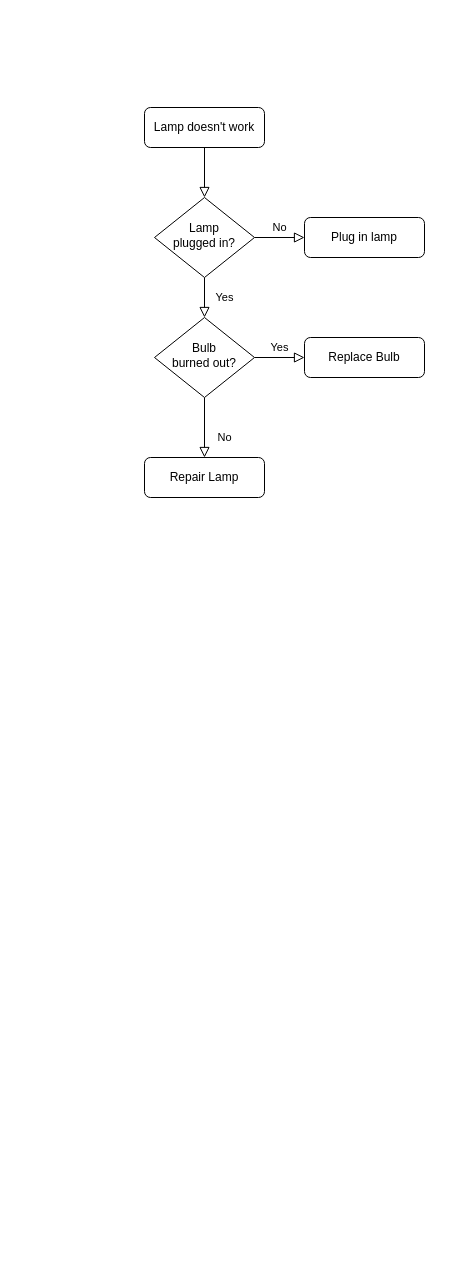
The draw.io diagram Untitled Diagram.drawio in andresdiaz10/simple_shell, before the edit. Source tidied: cells renumbered, new cells numbered last; positions are measured from the earlier drawing's top-left corner, leaving out a move shared by most shapes. Both pictures are drawn from the tidied source at 100%, with x=0, y=0 at pixel (144, 107).
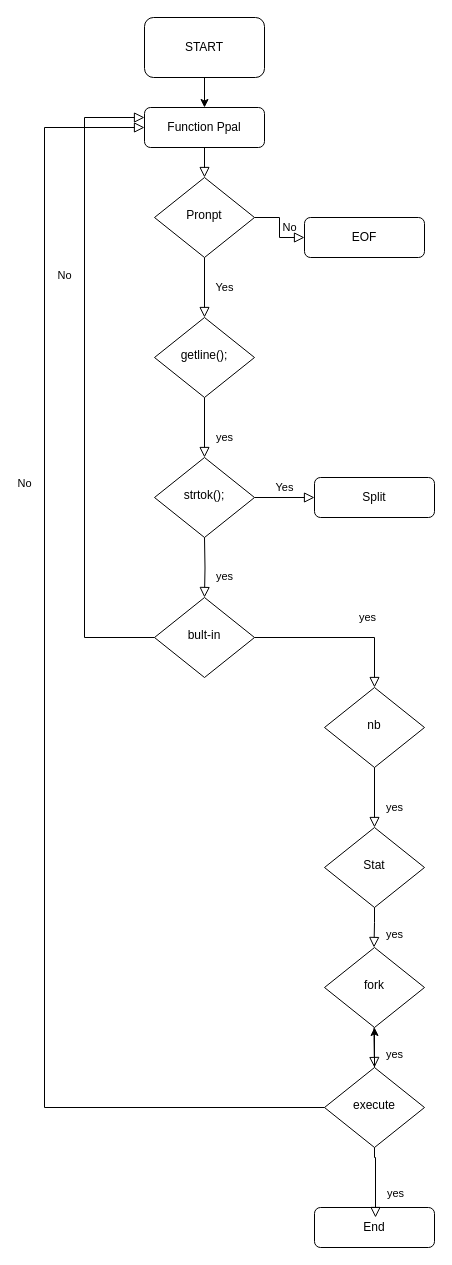
Above is the later version.

The edit, as a diff of the source:
```diff
@@
-    <mxCell id="3" value="Lamp doesn't work" style="rounded=1;whiteSpace=wrap;html=1;fontSize=12;glass=0;strokeWidth=1;shadow=0;" parent="1" vertex="1">
+    <mxCell id="3" value="Function Ppal" style="rounded=1;whiteSpace=wrap;html=1;fontSize=12;glass=0;strokeWidth=1;shadow=0;" parent="1" vertex="1">
       <mxGeometry width="120" height="40" as="geometry" />
     </mxCell>
@@
-    <mxCell id="6" value="Lamp&lt;br&gt;plugged in?" style="rhombus;whiteSpace=wrap;html=1;shadow=0;fontFamily=Helvetica;fontSize=12;align=center;strokeWidth=1;spacing=6;spacingTop=-4;" parent="1" vertex="1">
-      <mxGeometry x="10" y="90" width="100" height="80" as="geometry" />
+    <mxCell id="6" value="Pronpt" style="rhombus;whiteSpace=wrap;html=1;shadow=0;fontFamily=Helvetica;fontSize=12;align=center;strokeWidth=1;spacing=6;spacingTop=-4;" parent="1" vertex="1">
+      <mxGeometry x="10" y="70" width="100" height="80" as="geometry" />
     </mxCell>
-    <mxCell id="7" value="Plug in lamp" style="rounded=1;whiteSpace=wrap;html=1;fontSize=12;glass=0;strokeWidth=1;shadow=0;" parent="1" vertex="1">
+    <mxCell id="7" value="EOF" style="rounded=1;whiteSpace=wrap;html=1;fontSize=12;glass=0;strokeWidth=1;shadow=0;" parent="1" vertex="1">
       <mxGeometry x="160" y="110" width="120" height="40" as="geometry" />
     </mxCell>
-    <mxCell id="8" value="No" style="rounded=0;html=1;jettySize=auto;fontSize=11;endArrow=block;endFill=0;endSize=8;strokeWidth=1;shadow=0;labelBackgroundColor=none;edgeStyle=orthogonalEdgeStyle;" parent="1" edge="1" source="10" target="11">
+    <mxCell id="8" value="yes" style="rounded=0;html=1;jettySize=auto;fontSize=11;endArrow=block;endFill=0;endSize=8;strokeWidth=1;shadow=0;labelBackgroundColor=none;edgeStyle=orthogonalEdgeStyle;" parent="1" edge="1" source="10" target="15">
       <mxGeometry x="0.33" y="20" relative="1" as="geometry" />
     </mxCell>
-    <mxCell id="9" value="Yes" style="edgeStyle=orthogonalEdgeStyle;rounded=0;html=1;jettySize=auto;fontSize=11;endArrow=block;endFill=0;endSize=8;strokeWidth=1;shadow=0;labelBackgroundColor=none;" parent="1" edge="1" source="10" target="12">
+    <mxCell id="9" value="Yes" style="edgeStyle=orthogonalEdgeStyle;rounded=0;html=1;jettySize=auto;fontSize=11;endArrow=block;endFill=0;endSize=8;strokeWidth=1;shadow=0;labelBackgroundColor=none;exitX=1;exitY=0.5;exitDx=0;exitDy=0;" parent="1" edge="1" source="15" target="12">
       <mxGeometry y="10" relative="1" as="geometry" />
     </mxCell>
-    <mxCell id="10" value="Bulb&lt;br&gt;burned out?" style="rhombus;whiteSpace=wrap;html=1;shadow=0;fontFamily=Helvetica;fontSize=12;align=center;strokeWidth=1;spacing=6;spacingTop=-4;" parent="1" vertex="1">
+    <mxCell id="10" value="getline();" style="rhombus;whiteSpace=wrap;html=1;shadow=0;fontFamily=Helvetica;fontSize=12;align=center;strokeWidth=1;spacing=6;spacingTop=-4;" parent="1" vertex="1">
       <mxGeometry x="10" y="210" width="100" height="80" as="geometry" />
     </mxCell>
-    <mxCell id="11" value="Repair Lamp" style="rounded=1;whiteSpace=wrap;html=1;fontSize=12;glass=0;strokeWidth=1;shadow=0;" parent="1" vertex="1">
-      <mxGeometry y="350" width="120" height="40" as="geometry" />
+    <mxCell id="11" value="End" style="rounded=1;whiteSpace=wrap;html=1;fontSize=12;glass=0;strokeWidth=1;shadow=0;" parent="1" vertex="1">
+      <mxGeometry x="170" y="1100" width="120" height="40" as="geometry" />
     </mxCell>
-    <mxCell id="12" value="Replace Bulb" style="rounded=1;whiteSpace=wrap;html=1;fontSize=12;glass=0;strokeWidth=1;shadow=0;" parent="1" vertex="1">
-      <mxGeometry x="160" y="230" width="120" height="40" as="geometry" />
+    <mxCell id="12" value="Split" style="rounded=1;whiteSpace=wrap;html=1;fontSize=12;glass=0;strokeWidth=1;shadow=0;" parent="1" vertex="1">
+      <mxGeometry x="170" y="370" width="120" height="40" as="geometry" />
     </mxCell>
+    <mxCell id="13" style="edgeStyle=orthogonalEdgeStyle;rounded=0;jettySize=auto;html=1;exitX=0.5;exitY=1;exitDx=0;exitDy=0;" parent="1" edge="1" source="14" target="3">
+      <mxGeometry relative="1" as="geometry" />
+    </mxCell>
+    <mxCell id="14" value="START" style="rounded=1;whiteSpace=wrap;html=1;" parent="1" vertex="1">
+      <mxGeometry y="-90" width="120" height="60" as="geometry" />
+    </mxCell>
+    <mxCell id="15" value="strtok();" style="rhombus;whiteSpace=wrap;html=1;shadow=0;fontFamily=Helvetica;fontSize=12;align=center;strokeWidth=1;spacing=6;spacingTop=-4;" parent="1" vertex="1">
+      <mxGeometry x="10" y="350" width="100" height="80" as="geometry" />
+    </mxCell>
+    <mxCell id="16" value="yes" style="rounded=0;html=1;jettySize=auto;fontSize=11;endArrow=block;endFill=0;endSize=8;strokeWidth=1;shadow=0;labelBackgroundColor=none;edgeStyle=orthogonalEdgeStyle;" parent="1" edge="1" target="17">
+      <mxGeometry x="0.33" y="20" relative="1" as="geometry">
+        <mxPoint x="60" y="430" as="sourcePoint" />
+      </mxGeometry>
+    </mxCell>
+    <mxCell id="17" value="bult-in" style="rhombus;whiteSpace=wrap;html=1;shadow=0;fontFamily=Helvetica;fontSize=12;align=center;strokeWidth=1;spacing=6;spacingTop=-4;" parent="1" vertex="1">
+      <mxGeometry x="10" y="490" width="100" height="80" as="geometry" />
+    </mxCell>
+    <mxCell id="18" value="nb" style="rhombus;whiteSpace=wrap;html=1;shadow=0;fontFamily=Helvetica;fontSize=12;align=center;strokeWidth=1;spacing=6;spacingTop=-4;" parent="1" vertex="1">
+      <mxGeometry x="180" y="580" width="100" height="80" as="geometry" />
+    </mxCell>
+    <mxCell id="19" value="Stat" style="rhombus;whiteSpace=wrap;html=1;shadow=0;fontFamily=Helvetica;fontSize=12;align=center;strokeWidth=1;spacing=6;spacingTop=-4;" parent="1" vertex="1">
+      <mxGeometry x="180" y="720" width="100" height="80" as="geometry" />
+    </mxCell>
+    <mxCell id="20" value="fork" style="rhombus;whiteSpace=wrap;html=1;shadow=0;fontFamily=Helvetica;fontSize=12;align=center;strokeWidth=1;spacing=6;spacingTop=-4;" parent="1" vertex="1">
+      <mxGeometry x="180" y="840" width="100" height="80" as="geometry" />
+    </mxCell>
+    <mxCell id="21" style="edgeStyle=orthogonalEdgeStyle;rounded=0;jettySize=auto;html=1;" parent="1" edge="1" source="22" target="20">
+      <mxGeometry relative="1" as="geometry" />
+    </mxCell>
+    <mxCell id="22" value="execute" style="rhombus;whiteSpace=wrap;html=1;shadow=0;fontFamily=Helvetica;fontSize=12;align=center;strokeWidth=1;spacing=6;spacingTop=-4;" parent="1" vertex="1">
+      <mxGeometry x="180" y="960" width="100" height="80" as="geometry" />
+    </mxCell>
+    <mxCell id="23" value="yes" style="rounded=0;html=1;jettySize=auto;fontSize=11;endArrow=block;endFill=0;endSize=8;strokeWidth=1;shadow=0;labelBackgroundColor=none;edgeStyle=orthogonalEdgeStyle;exitX=1;exitY=0.5;exitDx=0;exitDy=0;entryX=0.5;entryY=0;entryDx=0;entryDy=0;" parent="1" edge="1" source="17" target="18">
+      <mxGeometry x="0.33" y="20" relative="1" as="geometry" />
+    </mxCell>
+    <mxCell id="24" value="yes" style="rounded=0;html=1;jettySize=auto;fontSize=11;endArrow=block;endFill=0;endSize=8;strokeWidth=1;shadow=0;labelBackgroundColor=none;edgeStyle=orthogonalEdgeStyle;exitX=0.5;exitY=1;exitDx=0;exitDy=0;entryX=0.5;entryY=0;entryDx=0;entryDy=0;" parent="1" edge="1" source="18" target="19">
+      <mxGeometry x="0.33" y="20" relative="1" as="geometry" />
+    </mxCell>
+    <mxCell id="25" value="yes" style="rounded=0;html=1;jettySize=auto;orthogonalLoop=1;fontSize=11;endArrow=block;endFill=0;endSize=8;strokeWidth=1;shadow=0;labelBackgroundColor=none;edgeStyle=orthogonalEdgeStyle;" parent="1" edge="1">
+      <mxGeometry x="0.33" y="20" relative="1" as="geometry">
+        <mxPoint x="230" y="800" as="sourcePoint" />
+        <mxPoint x="229.5" y="840" as="targetPoint" />
+        <Array as="points">
+          <mxPoint x="229.5" y="815" />
+        </Array>
+      </mxGeometry>
+    </mxCell>
+    <mxCell id="26" value="yes" style="rounded=0;html=1;jettySize=auto;orthogonalLoop=1;fontSize=11;endArrow=block;endFill=0;endSize=8;strokeWidth=1;shadow=0;labelBackgroundColor=none;edgeStyle=orthogonalEdgeStyle;exitX=0.5;exitY=1;exitDx=0;exitDy=0;" parent="1" edge="1">
+      <mxGeometry x="0.33" y="20" relative="1" as="geometry">
+        <mxPoint x="229.5" y="920" as="sourcePoint" />
+        <mxPoint x="230" y="960" as="targetPoint" />
+        <Array as="points">
+          <mxPoint x="230" y="930" />
+          <mxPoint x="230" y="930" />
+        </Array>
+      </mxGeometry>
+    </mxCell>
+    <mxCell id="27" value="yes" style="rounded=0;html=1;jettySize=auto;orthogonalLoop=1;fontSize=11;endArrow=block;endFill=0;endSize=8;strokeWidth=1;shadow=0;labelBackgroundColor=none;edgeStyle=orthogonalEdgeStyle;exitX=0.5;exitY=1;exitDx=0;exitDy=0;" parent="1" edge="1">
+      <mxGeometry x="0.33" y="20" relative="1" as="geometry">
+        <mxPoint x="230" y="1040" as="sourcePoint" />
+        <mxPoint x="231" y="1110" as="targetPoint" />
+        <Array as="points">
+          <mxPoint x="230.5" y="1050" />
+          <mxPoint x="230.5" y="1050" />
+        </Array>
+      </mxGeometry>
+    </mxCell>
+    <mxCell id="28" value="No" style="rounded=0;html=1;jettySize=auto;fontSize=11;endArrow=block;endFill=0;endSize=8;strokeWidth=1;shadow=0;labelBackgroundColor=none;edgeStyle=orthogonalEdgeStyle;exitX=0;exitY=0.5;exitDx=0;exitDy=0;entryX=0;entryY=0.5;entryDx=0;entryDy=0;" parent="1" edge="1" source="22" target="3">
+      <mxGeometry x="0.33" y="20" relative="1" as="geometry">
+        <Array as="points">
+          <mxPoint x="-100" y="1000" />
+          <mxPoint x="-100" y="20" />
+        </Array>
+      </mxGeometry>
+    </mxCell>
+    <mxCell id="29" value="No" style="rounded=0;html=1;jettySize=auto;fontSize=11;endArrow=block;endFill=0;endSize=8;strokeWidth=1;shadow=0;labelBackgroundColor=none;edgeStyle=orthogonalEdgeStyle;exitX=0;exitY=0.5;exitDx=0;exitDy=0;entryX=0;entryY=0.25;entryDx=0;entryDy=0;" parent="1" edge="1" source="17" target="3">
+      <mxGeometry x="0.33" y="20" relative="1" as="geometry">
+        <Array as="points">
+          <mxPoint x="-60" y="530" />
+          <mxPoint x="-60" y="10" />
+        </Array>
+      </mxGeometry>
+    </mxCell>
```
